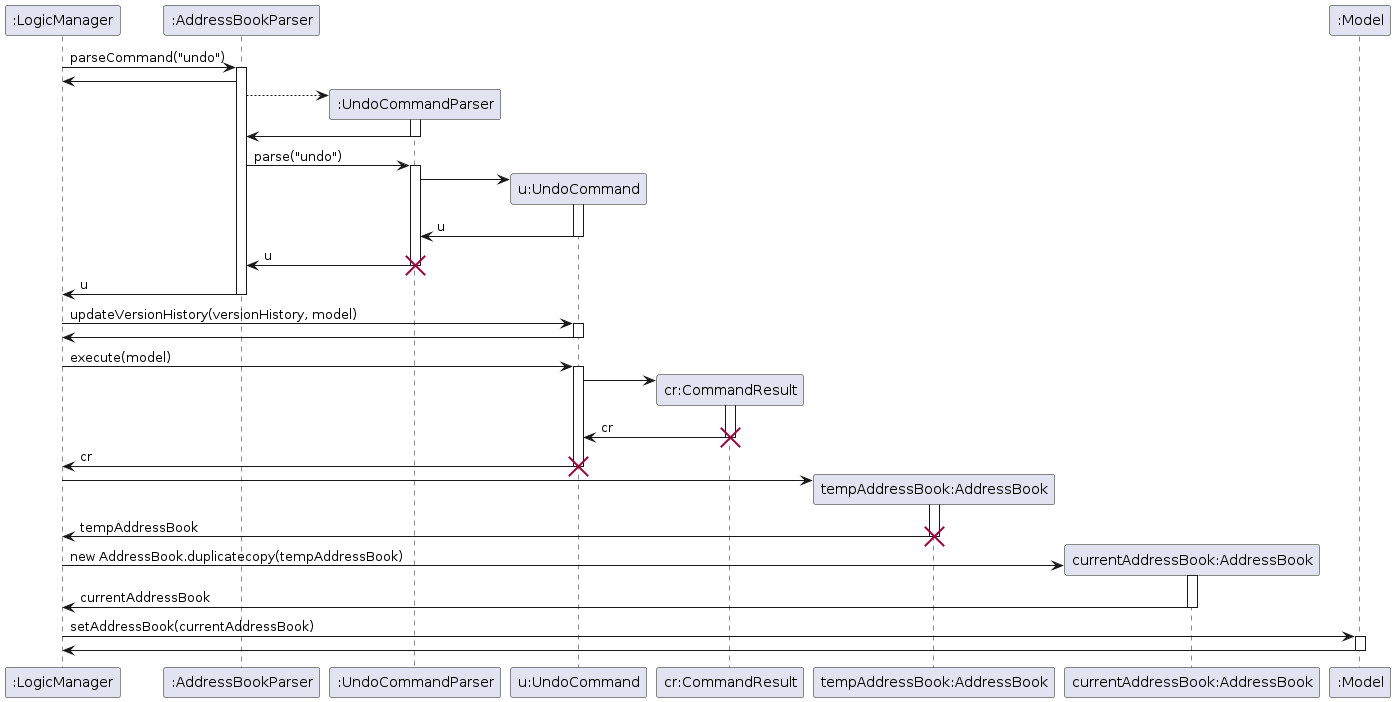
This is diagrams/UndoSequenceDiagram.png from AY2425S1-CS2103-F12-2/tp, a PlantUML export, as it was before one commit. Its source is kept beside it as diagrams/UndoSequenceDiagram.puml. Its diagram source:
```plantuml
@startuml
participant ":LogicManager" as LM
participant ":AddressBookParser" as ABP
participant ":UndoCommandParser" as UCP
participant "u:UndoCommand" as UC
participant "cr:CommandResult" as CR
participant "tempAddressBook:AddressBook" as B
participant "currentAddressBook:AddressBook" as A
participant ":Model" as M

LM -> ABP: parseCommand("undo")
activate ABP
ABP -> LM:
create UCP
ABP --> UCP:
activate UCP
UCP -> ABP
deactivate UCP
ABP -> UCP: parse("undo")
activate UCP
create UC
UCP -> UC
activate UC
UC -> UCP: u
deactivate UC
UCP -> ABP: u
deactivate UCP
destroy UCP
ABP -> LM: u
deactivate ABP
LM -> UC: updateVersionHistory(versionHistory, model)
activate UC
UC -> LM
deactivate UC
LM -> UC: execute(model)
activate UC
create CR
UC -> CR:
activate CR
CR -> UC: cr
deactivate CR
destroy CR
UC -> LM: cr
deactivate UC
destroy UC
create B
LM -> B
activate B
B -> LM: tempAddressBook
deactivate B
destroy B
create A
LM -> A: new AddressBook.duplicatecopy(tempAddressBook)
activate A
A -> LM: currentAddressBook
deactivate A
LM -> M: setAddressBook(currentAddressBook)
activate M
M -> LM
deactivate M
@enduml
```
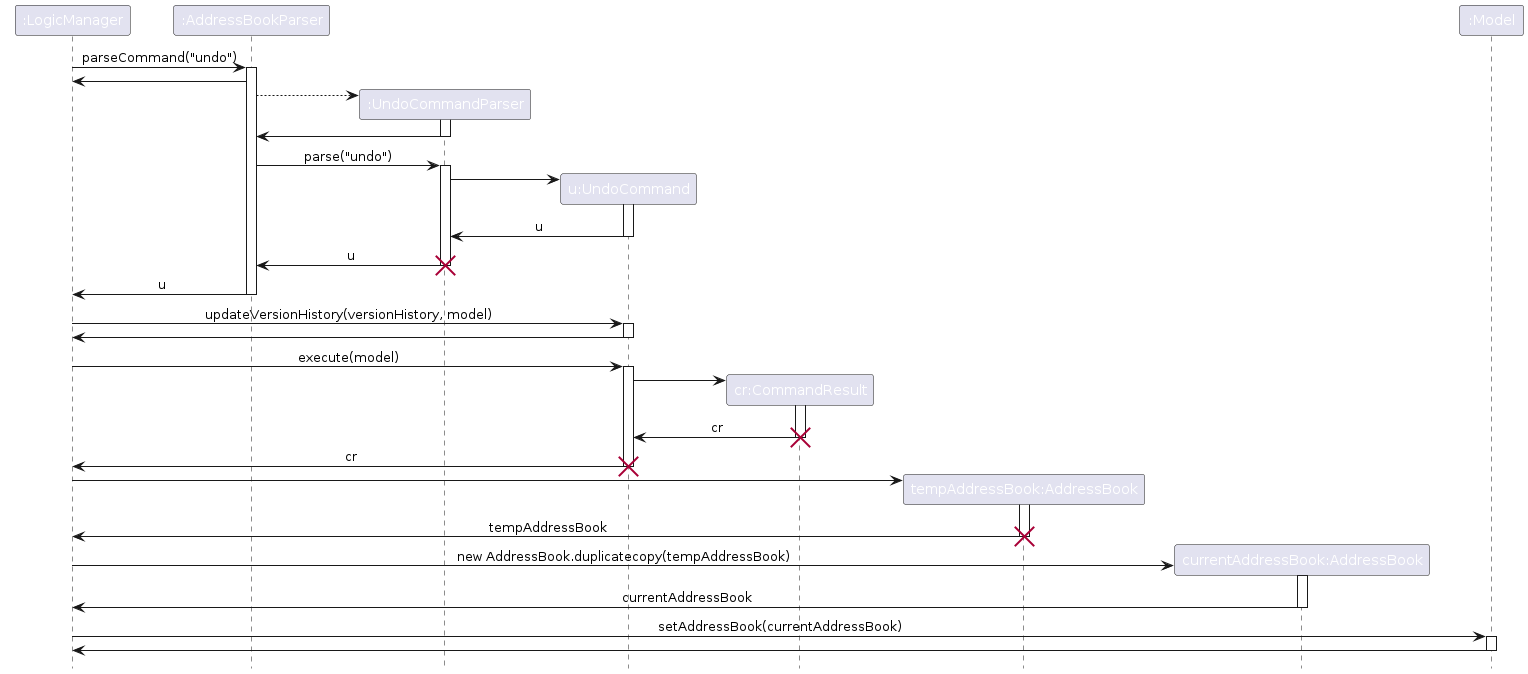
Later version of the same file.

Diff of the diagram source:
```diff
@@ -1,4 +1,7 @@
 @startuml
+!include style.puml
+skinparam ArrowFontStyle plain
+
 participant ":LogicManager" as LM
 participant ":AddressBookParser" as ABP
 participant ":UndoCommandParser" as UCP
```
